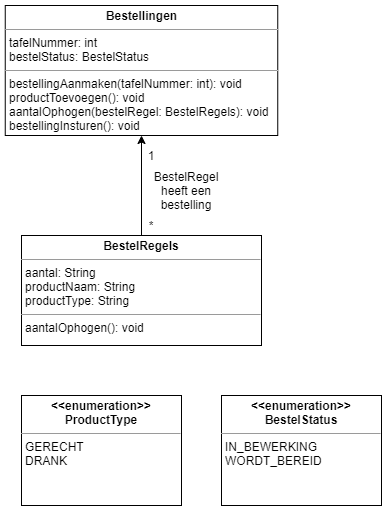
Earlier version of the draw.io export documentatie/klasse/klasse-kelner-bestelling-invoeren.drawio.png (Armaniimus/ARE_Galaxy-burger). Source tidied: cells renumbered, new cells last; positions are measured from the earlier drawing's top-left corner, leaving out a move shared by most shapes.
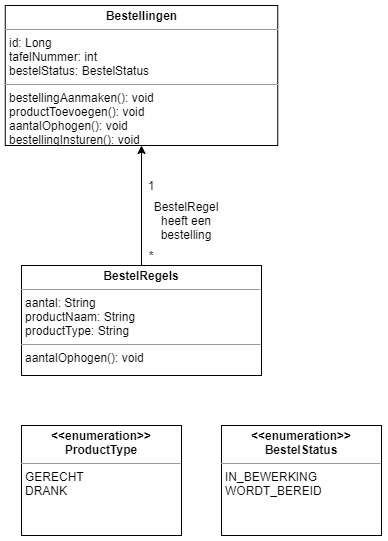
The same diagram one commit later.

Commit message:
klasse diagram aangepast #1

What changed in the source:
```diff
@@ -2,12 +2,12 @@
   <root>
     <mxCell id="0" />
     <mxCell id="1" parent="0" />
-    <mxCell id="2" style="edgeStyle=orthogonalEdgeStyle;rounded=0;jettySize=auto;html=1;exitX=0.5;exitY=0;exitDx=0;exitDy=0;entryX=0.5;entryY=1;entryDx=0;entryDy=0;endArrow=classic;endFill=1;" parent="1" edge="1" source="4" target="3">
-      <mxGeometry relative="1" as="geometry" />
-    </mxCell>
-    <mxCell id="3" value="&lt;p style=&quot;margin: 0px ; margin-top: 4px ; text-align: center&quot;&gt;&lt;b&gt;Bestellingen&lt;/b&gt;&lt;/p&gt;&lt;hr size=&quot;1&quot;&gt;&lt;p style=&quot;margin: 0px ; margin-left: 4px&quot;&gt;tafelNummer: int&lt;/p&gt;&lt;p style=&quot;margin: 0px ; margin-left: 4px&quot;&gt;bestelStatus: BestelStatus&lt;/p&gt;&lt;hr size=&quot;1&quot;&gt;&lt;p style=&quot;margin: 0px ; margin-left: 4px&quot;&gt;bestellingAanmaken(tafelNummer: int): void&lt;/p&gt;&lt;p style=&quot;margin: 0px ; margin-left: 4px&quot;&gt;productToevoegen(): void&lt;br&gt;&lt;/p&gt;&lt;p style=&quot;margin: 0px ; margin-left: 4px&quot;&gt;aantalOphogen(bestelRegel: BestelRegels&lt;span&gt;): void&lt;/span&gt;&lt;/p&gt;&lt;p style=&quot;margin: 0px ; margin-left: 4px&quot;&gt;bestellingInsturen(): void&lt;/p&gt;" style="verticalAlign=top;align=left;overflow=fill;fontSize=12;fontFamily=Helvetica;html=1;" parent="1" vertex="1">
-      <mxGeometry x="-0.2" width="272.5" height="130" as="geometry" />
-    </mxCell>
+    <mxCell id="10" style="edgeStyle=orthogonalEdgeStyle;rounded=0;jettySize=auto;html=1;exitX=0.5;exitY=0;exitDx=0;exitDy=0;entryX=0.5;entryY=1;entryDx=0;entryDy=0;endArrow=classic;endFill=1;" parent="1" edge="1" source="4" target="11">
+      <mxGeometry relative="1" as="geometry" />
+    </mxCell>
+    <mxCell id="11" value="&lt;p style=&quot;margin: 0px ; margin-top: 4px ; text-align: center&quot;&gt;&lt;b&gt;Bestellingen&lt;/b&gt;&lt;/p&gt;&lt;hr size=&quot;1&quot;&gt;&lt;p style=&quot;margin: 0px ; margin-left: 4px&quot;&gt;id: Long&lt;/p&gt;&lt;p style=&quot;margin: 0px ; margin-left: 4px&quot;&gt;tafelNummer: int&lt;/p&gt;&lt;p style=&quot;margin: 0px ; margin-left: 4px&quot;&gt;bestelStatus: BestelStatus&lt;/p&gt;&lt;hr size=&quot;1&quot;&gt;&lt;p style=&quot;margin: 0px ; margin-left: 4px&quot;&gt;bestellingAanmaken(): void&lt;/p&gt;&lt;p style=&quot;margin: 0px ; margin-left: 4px&quot;&gt;productToevoegen(): void&lt;br&gt;&lt;/p&gt;&lt;p style=&quot;margin: 0px ; margin-left: 4px&quot;&gt;aantalOphogen(&lt;span&gt;): void&lt;/span&gt;&lt;/p&gt;&lt;p style=&quot;margin: 0px ; margin-left: 4px&quot;&gt;bestellingInsturen(): void&lt;/p&gt;&lt;p style=&quot;margin: 0px ; margin-left: 4px&quot;&gt;setTafelNummer(): void&lt;br&gt;&lt;/p&gt;" style="verticalAlign=top;align=left;overflow=fill;fontSize=12;fontFamily=Helvetica;html=1;" parent="1" vertex="1">
+      <mxGeometry x="-0.2" y="-30" width="272.5" height="140" as="geometry" />
+    </mxCell>
     <mxCell id="4" value="&lt;p style=&quot;margin: 0px ; margin-top: 4px ; text-align: center&quot;&gt;&lt;b&gt;BestelRegels&lt;/b&gt;&lt;/p&gt;&lt;hr size=&quot;1&quot;&gt;&lt;p style=&quot;margin: 0px ; margin-left: 4px&quot;&gt;aantal: String&lt;/p&gt;&lt;p style=&quot;margin: 0px ; margin-left: 4px&quot;&gt;productNaam: String&lt;br&gt;&lt;/p&gt;&lt;p style=&quot;margin: 0px ; margin-left: 4px&quot;&gt;productType: String&lt;br&gt;&lt;/p&gt;&lt;hr size=&quot;1&quot;&gt;&lt;p style=&quot;margin: 0px ; margin-left: 4px&quot;&gt;aantalOphogen(): void&lt;/p&gt;" style="verticalAlign=top;align=left;overflow=fill;fontSize=12;fontFamily=Helvetica;html=1;" parent="1" vertex="1">
       <mxGeometry x="16" y="230" width="240" height="110" as="geometry" />
     </mxCell>
```
